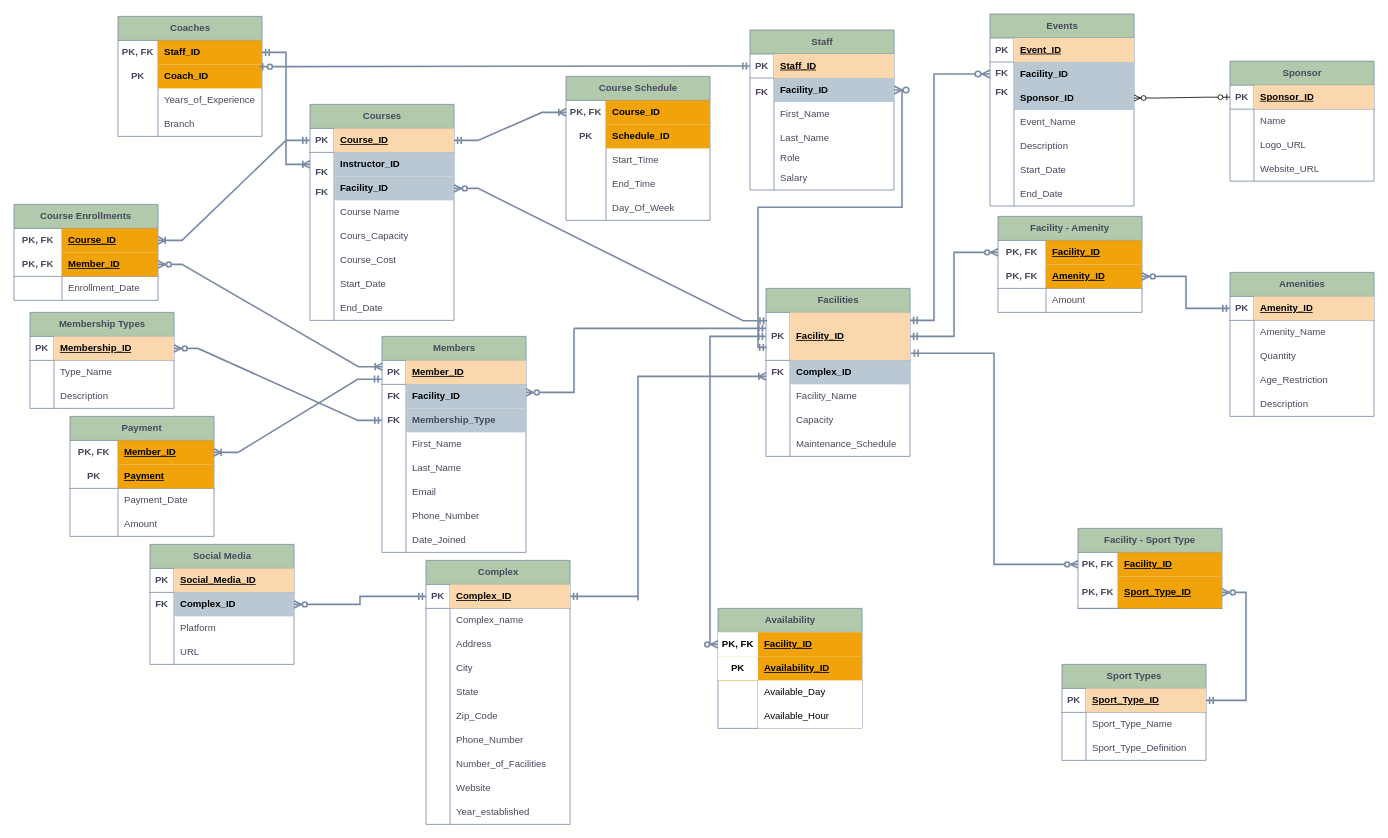
The draw.io diagram cardinality/cardinality.drawio in PloKoon68/Sport-Complexes-Management-System-Database, before the edit. Source tidied: cells renumbered, new cells numbered last; positions are measured from the earlier drawing's top-left corner, leaving out a move shared by most shapes. Both pictures are drawn from the tidied source at 80%, with x=0, y=0 at pixel (14, 14).
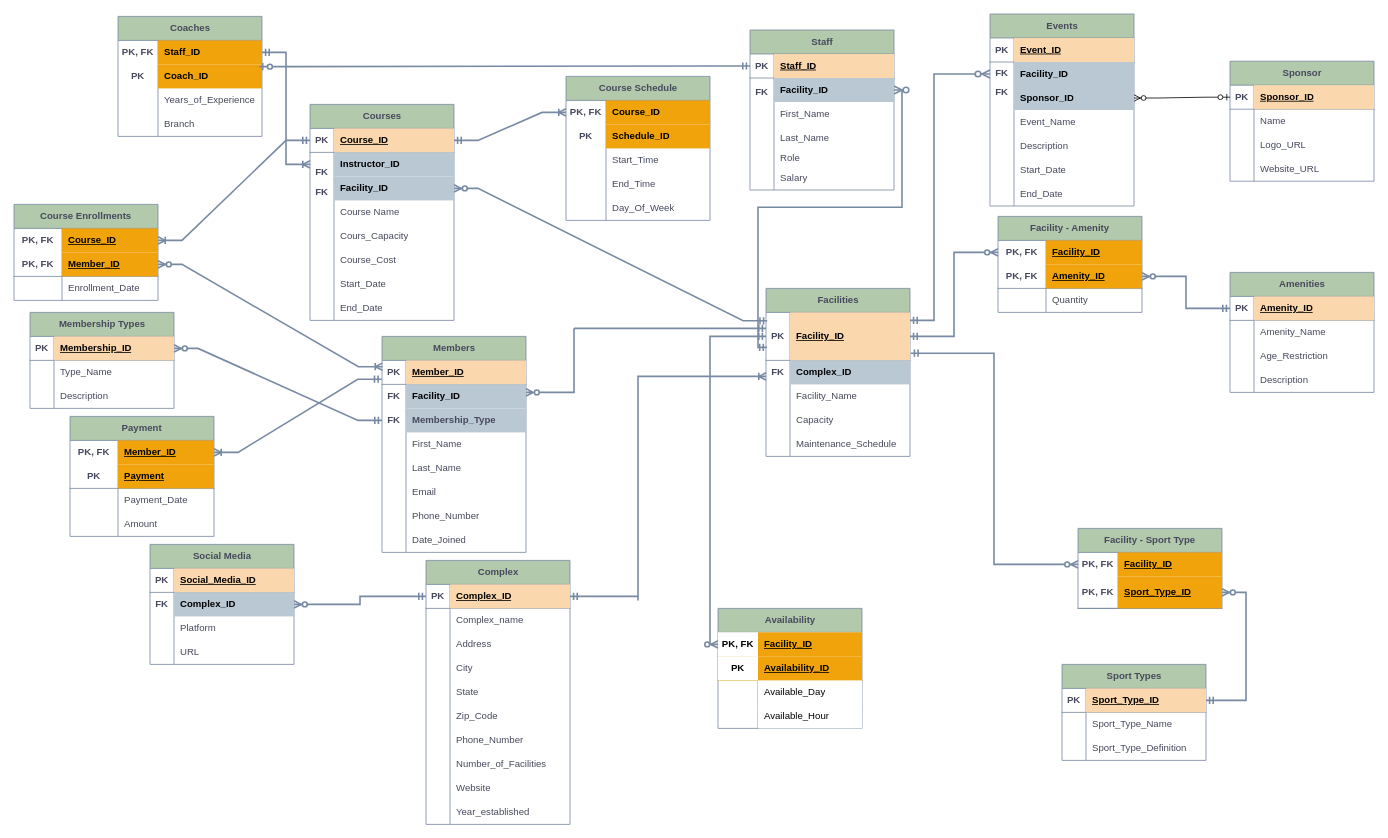
Above is the later version.

Unchanged cells that the change refers to:
```xml
<mxCell id="134" style="shape=tableRow;horizontal=0;startSize=0;swimlaneHead=0;swimlaneBody=0;fillColor=none;top=0;left=0;right=0;bottom=0;html=1;strokeColor=#788AA3;fontColor=#46495D;labelBackgroundColor=none;" parent="127" vertex="1">
  <mxGeometry y="90" width="180" height="30" as="geometry" />
</mxCell>
```

The edit, as a diff of the source:
```diff
@@
     <mxCell id="47" value="Amenities" style="shape=table;startSize=30;childLayout=tableLayout;rowLines=0;fontStyle=1;align=center;html=1;labelBackgroundColor=none;fillColor=#B2C9AB;strokeColor=#788AA3;fontColor=#46495D;" parent="1" vertex="1">
-      <mxGeometry x="1520" y="323" width="180" height="180" as="geometry" />
+      <mxGeometry x="1520" y="323" width="180" height="150" as="geometry" />
     </mxCell>
@@
-    <mxCell id="54" style="shape=tableRow;horizontal=0;startSize=0;swimlaneHead=0;swimlaneBody=0;fillColor=none;top=0;left=0;right=0;bottom=0;labelBackgroundColor=none;strokeColor=#788AA3;fontColor=#46495D;" parent="47" vertex="1">
-      <mxGeometry y="90" width="180" height="30" as="geometry" />
-    </mxCell>
-    <mxCell id="55" style="shape=partialRectangle;fillColor=none;top=0;left=0;bottom=0;right=0;overflow=hidden;whiteSpace=wrap;html=1;labelBackgroundColor=none;strokeColor=#788AA3;fontColor=#46495D;" parent="54" vertex="1">
-      <mxGeometry width="30" height="30" as="geometry" />
-    </mxCell>
-    <mxCell id="56" value="Quantity" style="shape=partialRectangle;fillColor=none;top=0;left=0;bottom=0;right=0;align=left;spacingLeft=6;overflow=hidden;whiteSpace=wrap;html=1;labelBackgroundColor=none;strokeColor=#788AA3;fontColor=#46495D;" parent="54" vertex="1">
-      <mxGeometry x="30" width="150" height="30" as="geometry" />
-    </mxCell>
     <mxCell id="57" style="shape=tableRow;horizontal=0;startSize=0;swimlaneHead=0;swimlaneBody=0;fillColor=none;top=0;left=0;right=0;bottom=0;labelBackgroundColor=none;strokeColor=#788AA3;fontColor=#46495D;" parent="47" vertex="1">
-      <mxGeometry y="120" width="180" height="30" as="geometry" />
+      <mxGeometry y="90" width="180" height="30" as="geometry" />
     </mxCell>
@@
     <mxCell id="60" style="shape=tableRow;horizontal=0;startSize=0;swimlaneHead=0;swimlaneBody=0;fillColor=none;top=0;left=0;right=0;bottom=0;labelBackgroundColor=none;strokeColor=#788AA3;fontColor=#46495D;" parent="47" vertex="1">
-      <mxGeometry y="150" width="180" height="30" as="geometry" />
+      <mxGeometry y="120" width="180" height="30" as="geometry" />
     </mxCell>
@@
-    <mxCell id="136" value="Amount" style="shape=partialRectangle;fillColor=none;top=0;left=0;bottom=0;right=0;align=left;spacingLeft=6;overflow=hidden;html=1;whiteSpace=wrap;strokeColor=#788AA3;fontColor=#46495D;labelBackgroundColor=none;" parent="134" vertex="1">
+    <mxCell id="136" value="Quantity" style="shape=partialRectangle;fillColor=none;top=0;left=0;bottom=0;right=0;align=left;spacingLeft=6;overflow=hidden;html=1;whiteSpace=wrap;strokeColor=#788AA3;fontColor=#46495D;labelBackgroundColor=none;" parent="134" vertex="1">
       <mxGeometry x="60" width="120" height="30" as="geometry" />
     </mxCell>
```
